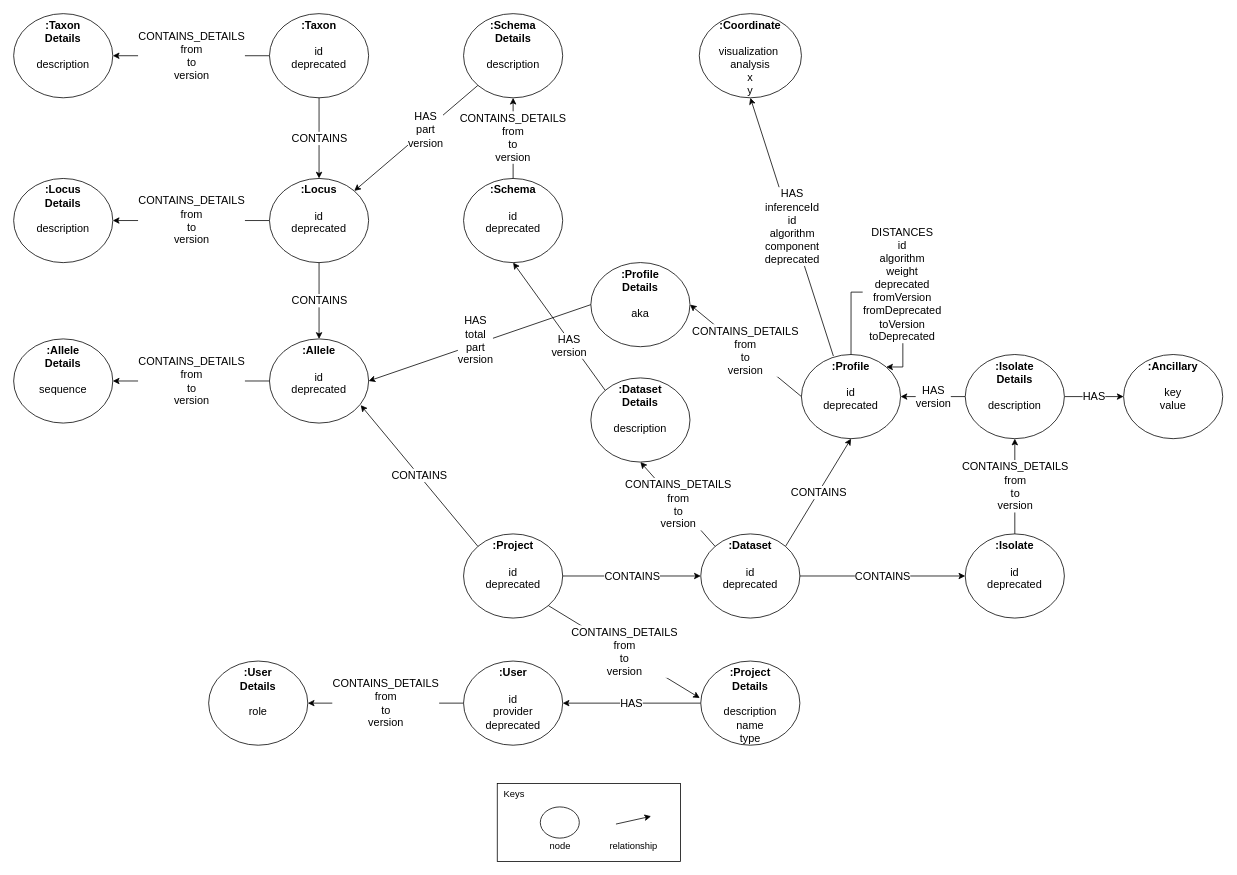
phyloviz/phyloDB keeps this draw.io diagram as wiki/draw.io/phylodb/datamodel.drawio. Above is the earlier version. Source tidied: cells renumbered, new cells numbered last; positions are measured from the earlier drawing's top-left corner, leaving out a move shared by most shapes. Both pictures are drawn from the tidied source at 78%, with x=0, y=0 at pixel (13, 13).
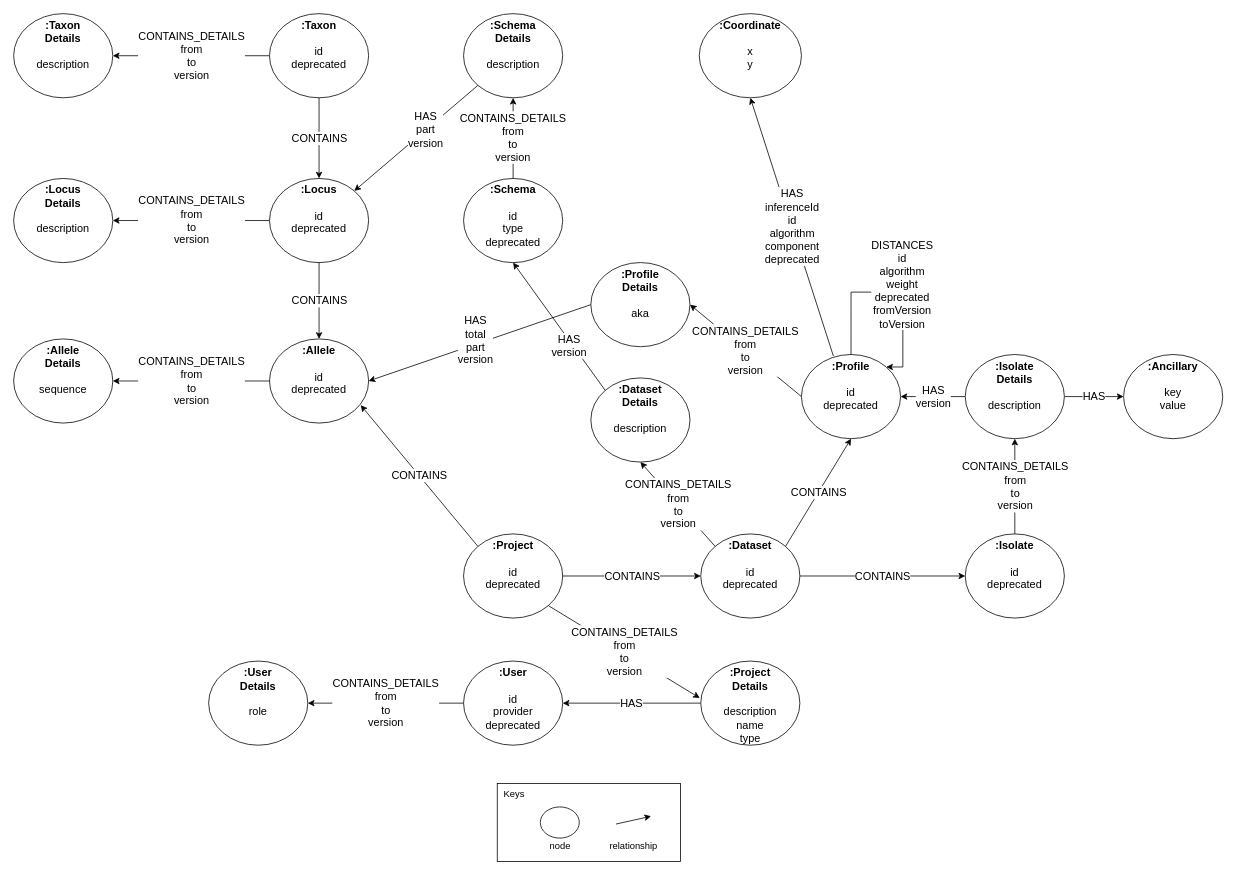
After the change.

Commit message (it also covers changes not shown here):
Fix architecture view.

The change refers to these unchanged cells:
```xml
<mxCell id="20" value="&lt;b style=&quot;font-size: 14px&quot;&gt;:Profile&lt;/b&gt;&lt;br style=&quot;font-size: 14px&quot;&gt;&lt;br style=&quot;font-size: 14px&quot;&gt;&lt;span style=&quot;font-size: 14px&quot;&gt;id&lt;/span&gt;&lt;i style=&quot;font-size: 14px&quot;&gt;&lt;br style=&quot;font-size: 14px&quot;&gt;&lt;/i&gt;deprecated&lt;i style=&quot;font-size: 14px&quot;&gt;&lt;br style=&quot;font-size: 14px&quot;&gt;&lt;/i&gt;" style="ellipse;whiteSpace=wrap;html=1;fontSize=14;verticalAlign=top;" parent="1" vertex="1">
  <mxGeometry x="1010" y="437" width="127.1" height="107.9" as="geometry" />
</mxCell>
```

Diff of the diagram source:
```diff
@@
-    <mxCell id="7" value="&lt;b style=&quot;font-size: 14px&quot;&gt;:Schema&lt;/b&gt;&lt;br style=&quot;font-size: 14px&quot;&gt;&lt;br style=&quot;font-size: 14px&quot;&gt;&lt;span style=&quot;font-size: 14px&quot;&gt;id&lt;/span&gt;&lt;i style=&quot;font-size: 14px&quot;&gt;&lt;br style=&quot;font-size: 14px&quot;&gt;&lt;/i&gt;deprecated&lt;i style=&quot;font-size: 14px&quot;&gt;&lt;br style=&quot;font-size: 14px&quot;&gt;&lt;/i&gt;&lt;i style=&quot;font-size: 14px&quot;&gt;&lt;br style=&quot;font-size: 14px&quot;&gt;&lt;/i&gt;" style="ellipse;whiteSpace=wrap;html=1;fontSize=14;verticalAlign=top;" parent="1" vertex="1">
+    <mxCell id="7" value="&lt;b style=&quot;font-size: 14px&quot;&gt;:Schema&lt;/b&gt;&lt;br style=&quot;font-size: 14px&quot;&gt;&lt;br style=&quot;font-size: 14px&quot;&gt;&lt;span style=&quot;font-size: 14px&quot;&gt;id&lt;br&gt;&lt;/span&gt;&lt;span style=&quot;font-size: 14px&quot;&gt;type&lt;br style=&quot;font-size: 14px&quot;&gt;&lt;/span&gt;deprecated&lt;i style=&quot;font-size: 14px&quot;&gt;&lt;br style=&quot;font-size: 14px&quot;&gt;&lt;/i&gt;&lt;i style=&quot;font-size: 14px&quot;&gt;&lt;br style=&quot;font-size: 14px&quot;&gt;&lt;/i&gt;" style="ellipse;whiteSpace=wrap;html=1;fontSize=14;verticalAlign=top;" parent="1" vertex="1">
       <mxGeometry x="576.8" y="211.3" width="127.1" height="107.9" as="geometry" />
     </mxCell>
-    <mxCell id="8" value="&lt;b style=&quot;font-size: 14px&quot;&gt;:Coordinate&lt;/b&gt;&lt;br style=&quot;font-size: 14px&quot;&gt;&lt;br style=&quot;font-size: 14px&quot;&gt;&lt;span style=&quot;font-size: 14px&quot;&gt;visualization&lt;/span&gt;&amp;nbsp;&lt;br style=&quot;font-size: 14px&quot;&gt;&lt;span style=&quot;font-size: 14px&quot;&gt;analysis&lt;/span&gt;&lt;i style=&quot;font-size: 14px&quot;&gt;&lt;br style=&quot;font-size: 14px&quot;&gt;&lt;/i&gt;&lt;span style=&quot;font-size: 14px&quot;&gt;x&lt;/span&gt;&lt;br style=&quot;font-size: 14px&quot;&gt;&lt;span style=&quot;font-size: 14px&quot;&gt;y&lt;/span&gt;&lt;i style=&quot;font-size: 14px&quot;&gt;&lt;br style=&quot;font-size: 14px&quot;&gt;&lt;/i&gt;&lt;i style=&quot;font-size: 14px&quot;&gt;&lt;br style=&quot;font-size: 14px&quot;&gt;&lt;/i&gt;" style="ellipse;whiteSpace=wrap;html=1;fontSize=14;verticalAlign=top;" parent="1" vertex="1">
+    <mxCell id="8" value="&lt;b style=&quot;font-size: 14px&quot;&gt;:Coordinate&lt;/b&gt;&lt;br style=&quot;font-size: 14px&quot;&gt;&lt;i style=&quot;font-size: 14px&quot;&gt;&lt;br style=&quot;font-size: 14px&quot;&gt;&lt;/i&gt;&lt;span style=&quot;font-size: 14px&quot;&gt;x&lt;/span&gt;&lt;br style=&quot;font-size: 14px&quot;&gt;&lt;span style=&quot;font-size: 14px&quot;&gt;y&lt;/span&gt;&lt;i style=&quot;font-size: 14px&quot;&gt;&lt;br style=&quot;font-size: 14px&quot;&gt;&lt;/i&gt;&lt;i style=&quot;font-size: 14px&quot;&gt;&lt;br style=&quot;font-size: 14px&quot;&gt;&lt;/i&gt;" style="ellipse;whiteSpace=wrap;html=1;fontSize=14;verticalAlign=top;" parent="1" vertex="1">
       <mxGeometry x="879" width="131" height="107.9" as="geometry" />
     </mxCell>
@@
-    <mxCell id="22" value="DISTANCES&lt;br style=&quot;font-size: 14px&quot;&gt;&lt;span style=&quot;font-size: 14px&quot;&gt;id&lt;br&gt;&lt;/span&gt;algorithm&lt;br style=&quot;font-size: 14px&quot;&gt;weight&lt;span style=&quot;font-size: 14px&quot;&gt;&lt;br&gt;deprecated&lt;br&gt;fromVersion&lt;br&gt;fromDeprecated&lt;br&gt;toVersion&lt;br&gt;toDeprecated&lt;br&gt;&lt;/span&gt;" style="edgeStyle=orthogonalEdgeStyle;rounded=0;orthogonalLoop=1;jettySize=auto;html=1;exitX=0.5;exitY=0;exitDx=0;exitDy=0;entryX=1;entryY=0;entryDx=0;entryDy=0;fontSize=14;" parent="1" edge="1" source="20" target="20">
+    <mxCell id="22" value="DISTANCES&lt;br style=&quot;font-size: 14px&quot;&gt;&lt;span style=&quot;font-size: 14px&quot;&gt;id&lt;br&gt;&lt;/span&gt;algorithm&lt;br style=&quot;font-size: 14px&quot;&gt;weight&lt;span style=&quot;font-size: 14px&quot;&gt;&lt;br&gt;deprecated&lt;br&gt;fromVersion&lt;br&gt;toVersion&lt;br&gt;&lt;/span&gt;" style="edgeStyle=orthogonalEdgeStyle;rounded=0;orthogonalLoop=1;jettySize=auto;html=1;exitX=0.5;exitY=0;exitDx=0;exitDy=0;entryX=1;entryY=0;entryDx=0;entryDy=0;fontSize=14;" parent="1" edge="1" source="20" target="20">
       <mxGeometry x="0.1" y="10" relative="1" as="geometry">
         <Array as="points">
           <mxPoint x="1074" y="357" />
           <mxPoint x="1140" y="357" />
           <mxPoint x="1140" y="453" />
         </Array>
       </mxGeometry>
     </mxCell>
```
